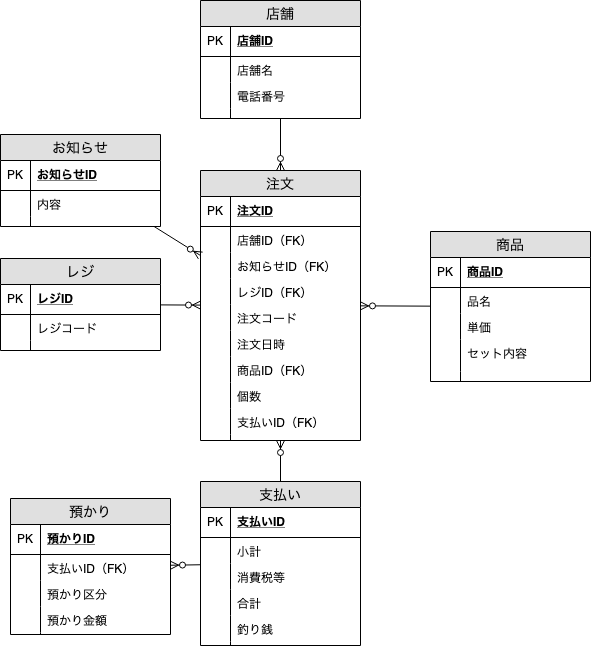
chihaso/rakurakuERD keeps this draw.io diagram as 003_hamburger_receipt.png. Above is the earlier version. Source tidied: cells renumbered, new cells last; positions are measured from the earlier drawing's top-left corner, leaving out a move shared by most shapes.
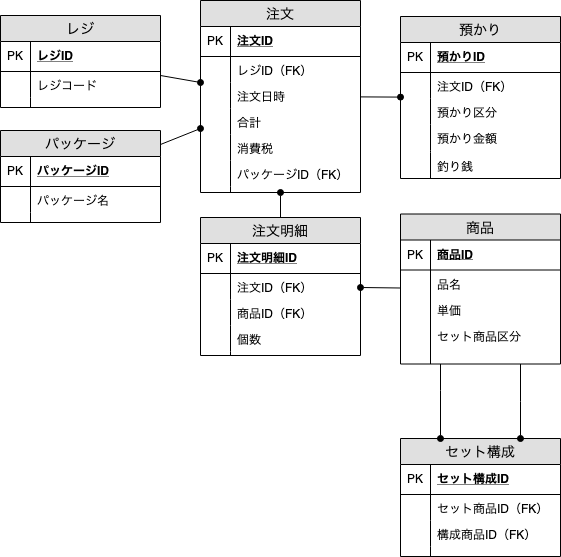
The same diagram one commit later.

Commit message:
教科書の記載に倣って変更

Diff of the diagram source:
```diff
@@ -5,3 +5,3 @@
     <mxCell id="2" value="注文" style="swimlane;fontStyle=0;horizontal=1;startSize=26;fillColor=#e0e0e0;swimlaneFillColor=#ffffff;align=center;fontSize=14;" parent="1" vertex="1">
-      <mxGeometry x="200" y="170" width="160" height="270" as="geometry" />
+      <mxGeometry x="200" y="170" width="160" height="192" as="geometry" />
     </mxCell>
@@ -13,16 +13,4 @@
     </mxCell>
-    <mxCell id="5" value="店舗ID（FK）" style="shape=partialRectangle;top=0;left=0;right=0;bottom=0;align=left;verticalAlign=top;fillColor=none;spacingLeft=34;spacingRight=4;overflow=hidden;fontSize=12;" parent="2" vertex="1">
-      <mxGeometry y="56" width="160" height="26" as="geometry" />
-    </mxCell>
-    <mxCell id="6" style="shape=partialRectangle;top=0;left=0;bottom=0;fillColor=none;align=left;verticalAlign=top;spacingLeft=4;spacingRight=4;overflow=hidden;fontSize=12;" parent="5" vertex="1">
-      <mxGeometry width="30" height="26" as="geometry" />
-    </mxCell>
-    <mxCell id="7" value="お知らせID（FK）" style="shape=partialRectangle;top=0;left=0;right=0;bottom=0;align=left;verticalAlign=top;fillColor=none;spacingLeft=34;spacingRight=4;overflow=hidden;fontSize=12;" parent="2" vertex="1">
-      <mxGeometry y="82" width="160" height="26" as="geometry" />
-    </mxCell>
-    <mxCell id="8" style="shape=partialRectangle;top=0;left=0;bottom=0;fillColor=none;align=left;verticalAlign=top;spacingLeft=4;spacingRight=4;overflow=hidden;fontSize=12;" parent="7" vertex="1">
-      <mxGeometry width="30" height="26" as="geometry" />
-    </mxCell>
     <mxCell id="9" value="レジID（FK）" style="shape=partialRectangle;top=0;left=0;right=0;bottom=0;align=left;verticalAlign=top;fillColor=none;spacingLeft=34;spacingRight=4;overflow=hidden;fontSize=12;" parent="2" vertex="1">
-      <mxGeometry y="108" width="160" height="26" as="geometry" />
+      <mxGeometry y="56" width="160" height="26" as="geometry" />
     </mxCell>
@@ -31,10 +19,4 @@
     </mxCell>
-    <mxCell id="11" value="注文コード" style="shape=partialRectangle;top=0;left=0;right=0;bottom=0;align=left;verticalAlign=top;fillColor=none;spacingLeft=34;spacingRight=4;overflow=hidden;fontSize=12;" parent="2" vertex="1">
-      <mxGeometry y="134" width="160" height="26" as="geometry" />
-    </mxCell>
-    <mxCell id="12" style="shape=partialRectangle;top=0;left=0;bottom=0;fillColor=none;align=left;verticalAlign=top;spacingLeft=4;spacingRight=4;overflow=hidden;fontSize=12;" parent="11" vertex="1">
-      <mxGeometry width="30" height="26" as="geometry" />
-    </mxCell>
     <mxCell id="13" value="注文日時" style="shape=partialRectangle;top=0;left=0;right=0;bottom=0;align=left;verticalAlign=top;fillColor=none;spacingLeft=34;spacingRight=4;overflow=hidden;fontSize=12;" parent="2" vertex="1">
-      <mxGeometry y="160" width="160" height="26" as="geometry" />
+      <mxGeometry y="82" width="160" height="26" as="geometry" />
     </mxCell>
@@ -43,4 +25,4 @@
     </mxCell>
-    <mxCell id="15" value="商品ID（FK）" style="shape=partialRectangle;top=0;left=0;right=0;bottom=0;align=left;verticalAlign=top;fillColor=none;spacingLeft=34;spacingRight=4;overflow=hidden;fontSize=12;" parent="2" vertex="1">
-      <mxGeometry y="186" width="160" height="26" as="geometry" />
+    <mxCell id="15" value="合計" style="shape=partialRectangle;top=0;left=0;right=0;bottom=0;align=left;verticalAlign=top;fillColor=none;spacingLeft=34;spacingRight=4;overflow=hidden;fontSize=12;" parent="2" vertex="1">
+      <mxGeometry y="108" width="160" height="26" as="geometry" />
     </mxCell>
@@ -49,4 +31,4 @@
     </mxCell>
-    <mxCell id="17" value="個数" style="shape=partialRectangle;top=0;left=0;right=0;bottom=0;align=left;verticalAlign=top;fillColor=none;spacingLeft=34;spacingRight=4;overflow=hidden;fontSize=12;" parent="2" vertex="1">
-      <mxGeometry y="212" width="160" height="26" as="geometry" />
+    <mxCell id="17" value="消費税" style="shape=partialRectangle;top=0;left=0;right=0;bottom=0;align=left;verticalAlign=top;fillColor=none;spacingLeft=34;spacingRight=4;overflow=hidden;fontSize=12;" parent="2" vertex="1">
+      <mxGeometry y="134" width="160" height="26" as="geometry" />
     </mxCell>
@@ -55,4 +37,4 @@
     </mxCell>
-    <mxCell id="19" value="支払いID（FK）" style="shape=partialRectangle;top=0;left=0;right=0;bottom=0;align=left;verticalAlign=top;fillColor=none;spacingLeft=34;spacingRight=4;overflow=hidden;fontSize=12;" parent="2" vertex="1">
-      <mxGeometry y="238" width="160" height="26" as="geometry" />
+    <mxCell id="19" value="パッケージID（FK）" style="shape=partialRectangle;top=0;left=0;right=0;bottom=0;align=left;verticalAlign=top;fillColor=none;spacingLeft=34;spacingRight=4;overflow=hidden;fontSize=12;" parent="2" vertex="1">
+      <mxGeometry y="160" width="160" height="26" as="geometry" />
     </mxCell>
@@ -62,3 +44,3 @@
     <mxCell id="21" style="shape=partialRectangle;top=0;left=0;right=0;bottom=0;align=left;verticalAlign=top;fillColor=none;spacingLeft=34;spacingRight=4;overflow=hidden;fontSize=12;" parent="2" vertex="1">
-      <mxGeometry y="264" width="160" height="6" as="geometry" />
+      <mxGeometry y="186" width="160" height="6" as="geometry" />
     </mxCell>
@@ -67,12 +49,9 @@
     </mxCell>
-    <mxCell id="23" style="edgeStyle=none;rounded=0;jettySize=auto;html=1;endArrow=ERzeroToMany;endFill=1;" parent="1" edge="1" source="25" target="2">
+    <mxCell id="23" style="edgeStyle=none;rounded=0;jettySize=auto;html=1;endArrow=oval;endFill=1;" parent="1" edge="1" source="25" target="2">
       <mxGeometry relative="1" as="geometry" />
     </mxCell>
-    <mxCell id="24" style="edgeStyle=none;rounded=0;jettySize=auto;html=1;endArrow=ERzeroToMany;endFill=1;" parent="1" edge="1" source="25" target="68">
-      <mxGeometry relative="1" as="geometry" />
-    </mxCell>
-    <mxCell id="25" value="支払い" style="swimlane;fontStyle=0;horizontal=1;startSize=26;fillColor=#e0e0e0;swimlaneFillColor=#ffffff;align=center;fontSize=14;" parent="1" vertex="1">
-      <mxGeometry x="200" y="481" width="160" height="164" as="geometry" />
+    <mxCell id="25" value="注文明細" style="swimlane;fontStyle=0;horizontal=1;startSize=26;fillColor=#e0e0e0;swimlaneFillColor=#ffffff;align=center;fontSize=14;" parent="1" vertex="1">
+      <mxGeometry x="200" y="387" width="160" height="138" as="geometry" />
     </mxCell>
-    <mxCell id="26" value="支払いID" style="shape=partialRectangle;top=0;left=0;right=0;bottom=1;align=left;verticalAlign=middle;fillColor=none;spacingLeft=34;spacingRight=4;overflow=hidden;fontStyle=5;fontSize=12;" parent="25" vertex="1">
+    <mxCell id="26" value="注文明細ID" style="shape=partialRectangle;top=0;left=0;right=0;bottom=1;align=left;verticalAlign=middle;fillColor=none;spacingLeft=34;spacingRight=4;overflow=hidden;fontStyle=5;fontSize=12;" parent="25" vertex="1">
       <mxGeometry y="26" width="160" height="30" as="geometry" />
@@ -82,3 +61,3 @@
     </mxCell>
-    <mxCell id="28" value="小計" style="shape=partialRectangle;top=0;left=0;right=0;bottom=0;align=left;verticalAlign=top;fillColor=none;spacingLeft=34;spacingRight=4;overflow=hidden;fontSize=12;" parent="25" vertex="1">
+    <mxCell id="28" value="注文ID（FK）" style="shape=partialRectangle;top=0;left=0;right=0;bottom=0;align=left;verticalAlign=top;fillColor=none;spacingLeft=34;spacingRight=4;overflow=hidden;fontSize=12;" parent="25" vertex="1">
       <mxGeometry y="56" width="160" height="26" as="geometry" />
@@ -88,3 +67,3 @@
     </mxCell>
-    <mxCell id="30" value="消費税等" style="shape=partialRectangle;top=0;left=0;right=0;bottom=0;align=left;verticalAlign=top;fillColor=none;spacingLeft=34;spacingRight=4;overflow=hidden;fontSize=12;" parent="25" vertex="1">
+    <mxCell id="30" value="商品ID（FK）" style="shape=partialRectangle;top=0;left=0;right=0;bottom=0;align=left;verticalAlign=top;fillColor=none;spacingLeft=34;spacingRight=4;overflow=hidden;fontSize=12;" parent="25" vertex="1">
       <mxGeometry y="82" width="160" height="26" as="geometry" />
@@ -94,3 +73,3 @@
     </mxCell>
-    <mxCell id="32" value="合計" style="shape=partialRectangle;top=0;left=0;right=0;bottom=0;align=left;verticalAlign=top;fillColor=none;spacingLeft=34;spacingRight=4;overflow=hidden;fontSize=12;" parent="25" vertex="1">
+    <mxCell id="32" value="個数" style="shape=partialRectangle;top=0;left=0;right=0;bottom=0;align=left;verticalAlign=top;fillColor=none;spacingLeft=34;spacingRight=4;overflow=hidden;fontSize=12;" parent="25" vertex="1">
       <mxGeometry y="108" width="160" height="26" as="geometry" />
@@ -100,10 +79,4 @@
     </mxCell>
-    <mxCell id="34" value="釣り銭" style="shape=partialRectangle;top=0;left=0;right=0;bottom=0;align=left;verticalAlign=top;fillColor=none;spacingLeft=34;spacingRight=4;overflow=hidden;fontSize=12;" parent="25" vertex="1">
-      <mxGeometry y="134" width="160" height="26" as="geometry" />
-    </mxCell>
-    <mxCell id="35" style="shape=partialRectangle;top=0;left=0;bottom=0;fillColor=none;align=left;verticalAlign=top;spacingLeft=4;spacingRight=4;overflow=hidden;fontSize=12;" parent="34" vertex="1">
-      <mxGeometry width="30" height="26" as="geometry" />
-    </mxCell>
     <mxCell id="36" style="shape=partialRectangle;top=0;left=0;right=0;bottom=0;align=left;verticalAlign=top;fillColor=none;spacingLeft=34;spacingRight=4;overflow=hidden;fontSize=12;" parent="25" vertex="1">
-      <mxGeometry y="160" width="160" height="4" as="geometry" />
+      <mxGeometry y="134" width="160" height="4" as="geometry" />
     </mxCell>
@@ -112,33 +85,3 @@
     </mxCell>
-    <mxCell id="38" style="edgeStyle=none;rounded=0;jettySize=auto;html=1;endArrow=ERzeroToMany;endFill=1;" parent="1" edge="1" source="39" target="2">
-      <mxGeometry relative="1" as="geometry" />
-    </mxCell>
-    <mxCell id="39" value="店舗" style="swimlane;fontStyle=0;horizontal=1;startSize=26;fillColor=#e0e0e0;swimlaneFillColor=#ffffff;align=center;fontSize=14;" parent="1" vertex="1">
-      <mxGeometry x="200" width="160" height="118" as="geometry" />
-    </mxCell>
-    <mxCell id="40" value="店舗ID" style="shape=partialRectangle;top=0;left=0;right=0;bottom=1;align=left;verticalAlign=middle;fillColor=none;spacingLeft=34;spacingRight=4;overflow=hidden;fontStyle=5;fontSize=12;" parent="39" vertex="1">
-      <mxGeometry y="26" width="160" height="30" as="geometry" />
-    </mxCell>
-    <mxCell id="41" value="PK" style="shape=partialRectangle;top=0;left=0;bottom=0;fillColor=none;align=left;verticalAlign=middle;spacingLeft=4;spacingRight=4;overflow=hidden;fontSize=12;" parent="40" vertex="1">
-      <mxGeometry width="30" height="30" as="geometry" />
-    </mxCell>
-    <mxCell id="42" value="店舗名" style="shape=partialRectangle;top=0;left=0;right=0;bottom=0;align=left;verticalAlign=top;fillColor=none;spacingLeft=34;spacingRight=4;overflow=hidden;fontSize=12;" parent="39" vertex="1">
-      <mxGeometry y="56" width="160" height="26" as="geometry" />
-    </mxCell>
-    <mxCell id="43" style="shape=partialRectangle;top=0;left=0;bottom=0;fillColor=none;align=left;verticalAlign=top;spacingLeft=4;spacingRight=4;overflow=hidden;fontSize=12;" parent="42" vertex="1">
-      <mxGeometry width="30" height="26" as="geometry" />
-    </mxCell>
-    <mxCell id="44" value="電話番号" style="shape=partialRectangle;top=0;left=0;right=0;bottom=0;align=left;verticalAlign=top;fillColor=none;spacingLeft=34;spacingRight=4;overflow=hidden;fontSize=12;" parent="39" vertex="1">
-      <mxGeometry y="82" width="160" height="26" as="geometry" />
-    </mxCell>
-    <mxCell id="45" style="shape=partialRectangle;top=0;left=0;bottom=0;fillColor=none;align=left;verticalAlign=top;spacingLeft=4;spacingRight=4;overflow=hidden;fontSize=12;" parent="44" vertex="1">
-      <mxGeometry width="30" height="26" as="geometry" />
-    </mxCell>
-    <mxCell id="46" style="shape=partialRectangle;top=0;left=0;right=0;bottom=0;align=left;verticalAlign=top;fillColor=none;spacingLeft=34;spacingRight=4;overflow=hidden;fontSize=12;" parent="39" vertex="1">
-      <mxGeometry y="108" width="160" height="10" as="geometry" />
-    </mxCell>
-    <mxCell id="47" style="shape=partialRectangle;top=0;left=0;bottom=0;fillColor=none;align=left;verticalAlign=top;spacingLeft=4;spacingRight=4;overflow=hidden;fontSize=12;" parent="46" vertex="1">
-      <mxGeometry width="30" height="10" as="geometry" />
-    </mxCell>
-    <mxCell id="48" style="edgeStyle=none;rounded=0;jettySize=auto;html=1;endArrow=ERzeroToMany;endFill=1;" parent="1" edge="1" source="49" target="2">
+    <mxCell id="48" style="edgeStyle=none;rounded=0;jettySize=auto;html=1;endArrow=oval;endFill=1;" parent="1" edge="1" source="49" target="2">
       <mxGeometry relative="1" as="geometry" />
@@ -146,3 +89,3 @@
     <mxCell id="49" value="レジ" style="swimlane;fontStyle=0;horizontal=1;startSize=26;fillColor=#e0e0e0;swimlaneFillColor=#ffffff;align=center;fontSize=14;" parent="1" vertex="1">
-      <mxGeometry y="258" width="160" height="92" as="geometry" />
+      <mxGeometry y="185" width="160" height="92" as="geometry" />
     </mxCell>
@@ -166,3 +109,3 @@
     </mxCell>
-    <mxCell id="56" style="edgeStyle=none;rounded=0;jettySize=auto;html=1;endArrow=ERzeroToMany;endFill=1;" parent="1" edge="1" source="57" target="2">
+    <mxCell id="56" style="edgeStyle=none;rounded=0;jettySize=auto;html=1;endArrow=oval;endFill=1;" parent="1" edge="1" source="57" target="25">
       <mxGeometry relative="1" as="geometry" />
@@ -170,3 +113,3 @@
     <mxCell id="57" value="商品" style="swimlane;fontStyle=0;horizontal=1;startSize=26;fillColor=#e0e0e0;swimlaneFillColor=#ffffff;align=center;fontSize=14;" parent="1" vertex="1">
-      <mxGeometry x="430" y="231" width="160" height="150" as="geometry" />
+      <mxGeometry x="400" y="383.5" width="160" height="150" as="geometry" />
     </mxCell>
@@ -190,3 +133,3 @@
     </mxCell>
-    <mxCell id="64" value="セット内容" style="shape=partialRectangle;top=0;left=0;right=0;bottom=0;align=left;verticalAlign=top;fillColor=none;spacingLeft=34;spacingRight=4;overflow=hidden;fontSize=12;" parent="57" vertex="1">
+    <mxCell id="64" value="セット商品区分" style="shape=partialRectangle;top=0;left=0;right=0;bottom=0;align=left;verticalAlign=top;fillColor=none;spacingLeft=34;spacingRight=4;overflow=hidden;fontSize=12;" parent="57" vertex="1">
       <mxGeometry y="108" width="160" height="32" as="geometry" />
@@ -203,3 +146,3 @@
     <mxCell id="68" value="預かり" style="swimlane;fontStyle=0;horizontal=1;startSize=26;fillColor=#e0e0e0;swimlaneFillColor=#ffffff;align=center;fontSize=14;" parent="1" vertex="1">
-      <mxGeometry x="10" y="498" width="160" height="136" as="geometry" />
+      <mxGeometry x="400" y="186" width="160" height="162" as="geometry" />
     </mxCell>
@@ -211,3 +154,3 @@
     </mxCell>
-    <mxCell id="71" value="支払いID（FK）" style="shape=partialRectangle;top=0;left=0;right=0;bottom=0;align=left;verticalAlign=top;fillColor=none;spacingLeft=34;spacingRight=4;overflow=hidden;fontSize=12;" parent="68" vertex="1">
+    <mxCell id="71" value="注文ID（FK）" style="shape=partialRectangle;top=0;left=0;right=0;bottom=0;align=left;verticalAlign=top;fillColor=none;spacingLeft=34;spacingRight=4;overflow=hidden;fontSize=12;" parent="68" vertex="1">
       <mxGeometry y="56" width="160" height="26" as="geometry" />
@@ -235,26 +178,77 @@
     </mxCell>
-    <mxCell id="79" style="edgeStyle=none;rounded=0;jettySize=auto;html=1;endArrow=ERzeroToMany;endFill=1;" parent="1" edge="1" source="80" target="2">
-      <mxGeometry relative="1" as="geometry" />
-    </mxCell>
-    <mxCell id="80" value="お知らせ" style="swimlane;fontStyle=0;horizontal=1;startSize=26;fillColor=#e0e0e0;swimlaneFillColor=#ffffff;align=center;fontSize=14;" parent="1" vertex="1">
-      <mxGeometry y="134" width="160" height="92" as="geometry" />
-    </mxCell>
-    <mxCell id="81" value="お知らせID" style="shape=partialRectangle;top=0;left=0;right=0;bottom=1;align=left;verticalAlign=middle;fillColor=none;spacingLeft=34;spacingRight=4;overflow=hidden;fontStyle=5;fontSize=12;" parent="80" vertex="1">
-      <mxGeometry y="26" width="160" height="30" as="geometry" />
-    </mxCell>
-    <mxCell id="82" value="PK" style="shape=partialRectangle;top=0;left=0;bottom=0;fillColor=none;align=left;verticalAlign=middle;spacingLeft=4;spacingRight=4;overflow=hidden;fontSize=12;" parent="81" vertex="1">
-      <mxGeometry width="30" height="30" as="geometry" />
-    </mxCell>
-    <mxCell id="83" value="内容" style="shape=partialRectangle;top=0;left=0;right=0;bottom=0;align=left;verticalAlign=top;fillColor=none;spacingLeft=34;spacingRight=4;overflow=hidden;fontSize=12;" parent="80" vertex="1">
-      <mxGeometry y="56" width="160" height="26" as="geometry" />
-    </mxCell>
-    <mxCell id="84" style="shape=partialRectangle;top=0;left=0;bottom=0;fillColor=none;align=left;verticalAlign=top;spacingLeft=4;spacingRight=4;overflow=hidden;fontSize=12;" parent="83" vertex="1">
-      <mxGeometry width="30" height="26" as="geometry" />
-    </mxCell>
+    <mxCell id="34" value="釣り銭" style="shape=partialRectangle;top=0;left=0;right=0;bottom=0;align=left;verticalAlign=top;fillColor=none;spacingLeft=34;spacingRight=4;overflow=hidden;fontSize=12;" parent="68" vertex="1">
+      <mxGeometry y="136" width="160" height="26" as="geometry" />
+    </mxCell>
+    <mxCell id="87" style="shape=partialRectangle;top=0;left=0;bottom=0;fillColor=none;align=left;verticalAlign=top;spacingLeft=4;spacingRight=4;overflow=hidden;fontSize=12;" parent="34" vertex="1">
+      <mxGeometry width="30" height="26" as="geometry" />
+    </mxCell>
+    <mxCell id="88" style="edgeStyle=none;rounded=0;jettySize=auto;html=1;endArrow=oval;endFill=1;" parent="1" edge="1" source="89" target="2">
+      <mxGeometry relative="1" as="geometry" />
+    </mxCell>
+    <mxCell id="89" value="パッケージ" style="swimlane;fontStyle=0;horizontal=1;startSize=26;fillColor=#e0e0e0;swimlaneFillColor=#ffffff;align=center;fontSize=14;" parent="1" vertex="1">
+      <mxGeometry y="300" width="160" height="92" as="geometry" />
+    </mxCell>
+    <mxCell id="90" value="パッケージID" style="shape=partialRectangle;top=0;left=0;right=0;bottom=1;align=left;verticalAlign=middle;fillColor=none;spacingLeft=34;spacingRight=4;overflow=hidden;fontStyle=5;fontSize=12;" parent="89" vertex="1">
+      <mxGeometry y="26" width="160" height="30" as="geometry" />
+    </mxCell>
+    <mxCell id="91" value="PK" style="shape=partialRectangle;top=0;left=0;bottom=0;fillColor=none;align=left;verticalAlign=middle;spacingLeft=4;spacingRight=4;overflow=hidden;fontSize=12;" parent="90" vertex="1">
+      <mxGeometry width="30" height="30" as="geometry" />
+    </mxCell>
+    <mxCell id="92" value="パッケージ名" style="shape=partialRectangle;top=0;left=0;right=0;bottom=0;align=left;verticalAlign=top;fillColor=none;spacingLeft=34;spacingRight=4;overflow=hidden;fontSize=12;" parent="89" vertex="1">
+      <mxGeometry y="56" width="160" height="26" as="geometry" />
+    </mxCell>
+    <mxCell id="93" style="shape=partialRectangle;top=0;left=0;bottom=0;fillColor=none;align=left;verticalAlign=top;spacingLeft=4;spacingRight=4;overflow=hidden;fontSize=12;" parent="92" vertex="1">
+      <mxGeometry width="30" height="26" as="geometry" />
+    </mxCell>
-    <mxCell id="85" style="shape=partialRectangle;top=0;left=0;right=0;bottom=0;align=left;verticalAlign=top;fillColor=none;spacingLeft=34;spacingRight=4;overflow=hidden;fontSize=12;" parent="80" vertex="1">
+    <mxCell id="85" style="shape=partialRectangle;top=0;left=0;right=0;bottom=0;align=left;verticalAlign=top;fillColor=none;spacingLeft=34;spacingRight=4;overflow=hidden;fontSize=12;" parent="89" vertex="1">
       <mxGeometry y="82" width="160" height="10" as="geometry" />
     </mxCell>
-    <mxCell id="86" style="shape=partialRectangle;top=0;left=0;bottom=0;fillColor=none;align=left;verticalAlign=top;spacingLeft=4;spacingRight=4;overflow=hidden;fontSize=12;" parent="85" vertex="1">
-      <mxGeometry width="30" height="10" as="geometry" />
-    </mxCell>
+    <mxCell id="94" style="shape=partialRectangle;top=0;left=0;bottom=0;fillColor=none;align=left;verticalAlign=top;spacingLeft=4;spacingRight=4;overflow=hidden;fontSize=12;" parent="85" vertex="1">
+      <mxGeometry width="30" height="10" as="geometry" />
+    </mxCell>
+    <mxCell id="95" value="セット構成" style="swimlane;fontStyle=0;horizontal=1;startSize=26;fillColor=#e0e0e0;swimlaneFillColor=#ffffff;align=center;fontSize=14;" parent="1" vertex="1">
+      <mxGeometry x="400" y="608" width="160" height="118" as="geometry" />
+    </mxCell>
+    <mxCell id="96" value="セット構成ID" style="shape=partialRectangle;top=0;left=0;right=0;bottom=1;align=left;verticalAlign=middle;fillColor=none;spacingLeft=34;spacingRight=4;overflow=hidden;fontStyle=5;fontSize=12;" parent="95" vertex="1">
+      <mxGeometry y="26" width="160" height="30" as="geometry" />
+    </mxCell>
+    <mxCell id="97" value="PK" style="shape=partialRectangle;top=0;left=0;bottom=0;fillColor=none;align=left;verticalAlign=middle;spacingLeft=4;spacingRight=4;overflow=hidden;fontSize=12;" parent="96" vertex="1">
+      <mxGeometry width="30" height="30" as="geometry" />
+    </mxCell>
+    <mxCell id="98" value="セット商品ID（FK）" style="shape=partialRectangle;top=0;left=0;right=0;bottom=0;align=left;verticalAlign=top;fillColor=none;spacingLeft=34;spacingRight=4;overflow=hidden;fontSize=12;" parent="95" vertex="1">
+      <mxGeometry y="56" width="160" height="26" as="geometry" />
+    </mxCell>
+    <mxCell id="99" style="shape=partialRectangle;top=0;left=0;bottom=0;fillColor=none;align=left;verticalAlign=top;spacingLeft=4;spacingRight=4;overflow=hidden;fontSize=12;" parent="98" vertex="1">
+      <mxGeometry width="30" height="26" as="geometry" />
+    </mxCell>
+    <mxCell id="100" value="構成商品ID（FK）" style="shape=partialRectangle;top=0;left=0;right=0;bottom=0;align=left;verticalAlign=top;fillColor=none;spacingLeft=34;spacingRight=4;overflow=hidden;fontSize=12;" parent="95" vertex="1">
+      <mxGeometry y="82" width="160" height="26" as="geometry" />
+    </mxCell>
+    <mxCell id="101" style="shape=partialRectangle;top=0;left=0;bottom=0;fillColor=none;align=left;verticalAlign=top;spacingLeft=4;spacingRight=4;overflow=hidden;fontSize=12;" parent="100" vertex="1">
+      <mxGeometry width="30" height="26" as="geometry" />
+    </mxCell>
+    <mxCell id="46" style="shape=partialRectangle;top=0;left=0;right=0;bottom=0;align=left;verticalAlign=top;fillColor=none;spacingLeft=34;spacingRight=4;overflow=hidden;fontSize=12;" parent="95" vertex="1">
+      <mxGeometry y="108" width="160" height="10" as="geometry" />
+    </mxCell>
+    <mxCell id="102" style="shape=partialRectangle;top=0;left=0;bottom=0;fillColor=none;align=left;verticalAlign=top;spacingLeft=4;spacingRight=4;overflow=hidden;fontSize=12;" parent="46" vertex="1">
+      <mxGeometry width="30" height="10" as="geometry" />
+    </mxCell>
+    <mxCell id="103" style="rounded=0;jettySize=auto;html=1;endArrow=oval;endFill=1;edgeStyle=elbowEdgeStyle;" parent="1" edge="1" source="57" target="95">
+      <mxGeometry relative="1" as="geometry">
+        <Array as="points">
+          <mxPoint x="520" y="571" />
+        </Array>
+      </mxGeometry>
+    </mxCell>
+    <mxCell id="104" style="edgeStyle=orthogonalEdgeStyle;rounded=0;jettySize=auto;html=1;endArrow=oval;endFill=1;" parent="1" edge="1" source="57" target="95">
+      <mxGeometry relative="1" as="geometry">
+        <Array as="points">
+          <mxPoint x="440" y="560" />
+          <mxPoint x="440" y="560" />
+        </Array>
+      </mxGeometry>
+    </mxCell>
+    <mxCell id="24" style="edgeStyle=none;rounded=0;jettySize=auto;html=1;endArrow=oval;endFill=1;" parent="1" edge="1" source="2" target="68">
+      <mxGeometry relative="1" as="geometry" />
+    </mxCell>
   </root>
```
